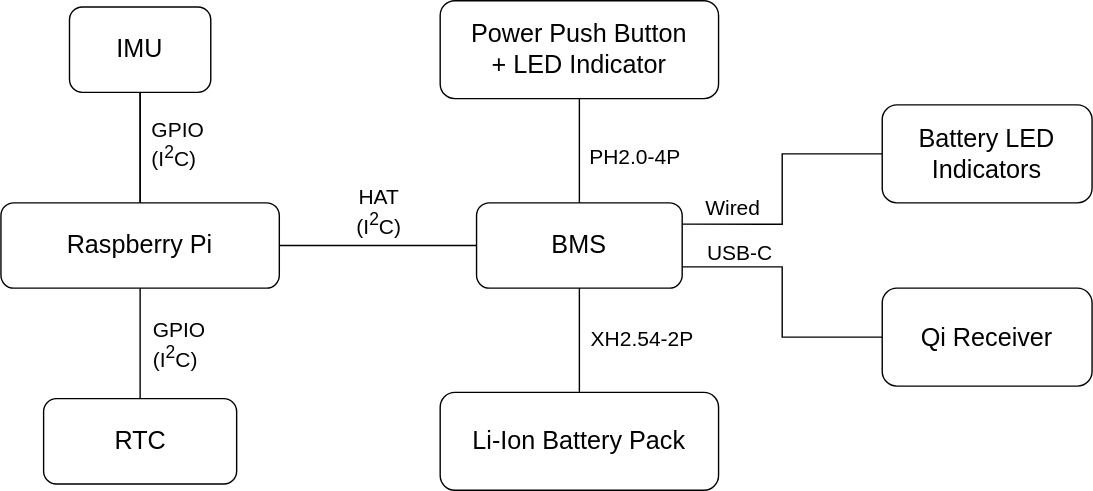
The draw.io diagram SailTrack Core/block-diagram.svg in metisvela/sailtrack, before a commit. Source tidied: cells renumbered, new cells last; positions are measured from the earlier drawing's top-left corner, leaving out a move shared by most shapes.
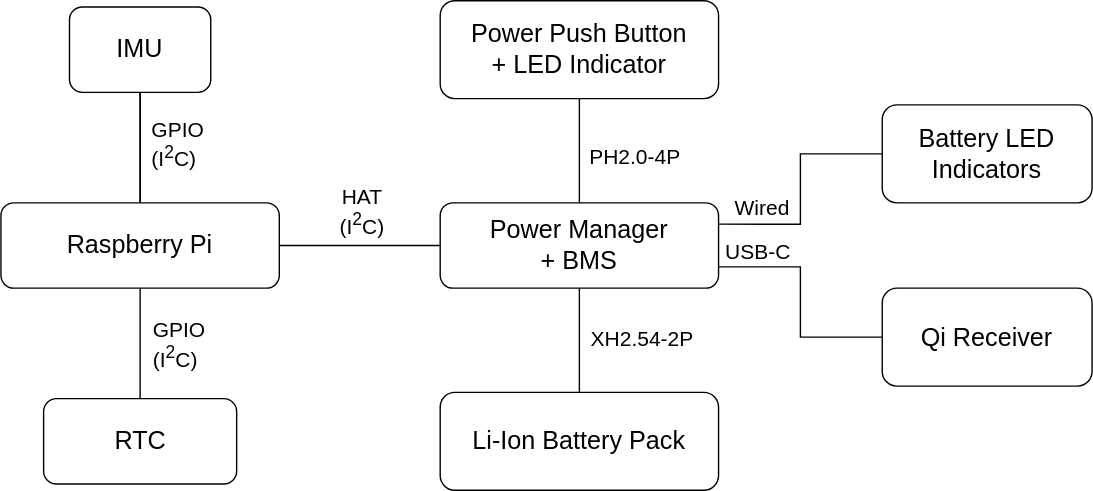
Later version of the same file.

The edit, as a diff of the source:
```diff
@@ -32,8 +32,8 @@
         <mxPoint y="3" as="offset" />
       </mxGeometry>
     </mxCell>
-    <mxCell id="10" value="BMS" style="rounded=1;whiteSpace=wrap;html=1;fontSize=18;" parent="1" vertex="1">
-      <mxGeometry x="340" y="144.5" width="147" height="61" as="geometry" />
+    <mxCell id="10" value="Power Manager&lt;br&gt;+ BMS" style="rounded=1;whiteSpace=wrap;html=1;fontSize=18;" parent="1" vertex="1">
+      <mxGeometry x="314" y="144.5" width="199" height="61" as="geometry" />
     </mxCell>
     <mxCell id="11" style="edgeStyle=orthogonalEdgeStyle;rounded=0;jettySize=auto;html=1;exitX=0.5;exitY=0;exitDx=0;exitDy=0;entryX=0.5;entryY=1;entryDx=0;entryDy=0;endArrow=none;endFill=0;fontSize=18;" parent="1" edge="1" source="13" target="10">
       <mxGeometry relative="1" as="geometry" />
```
